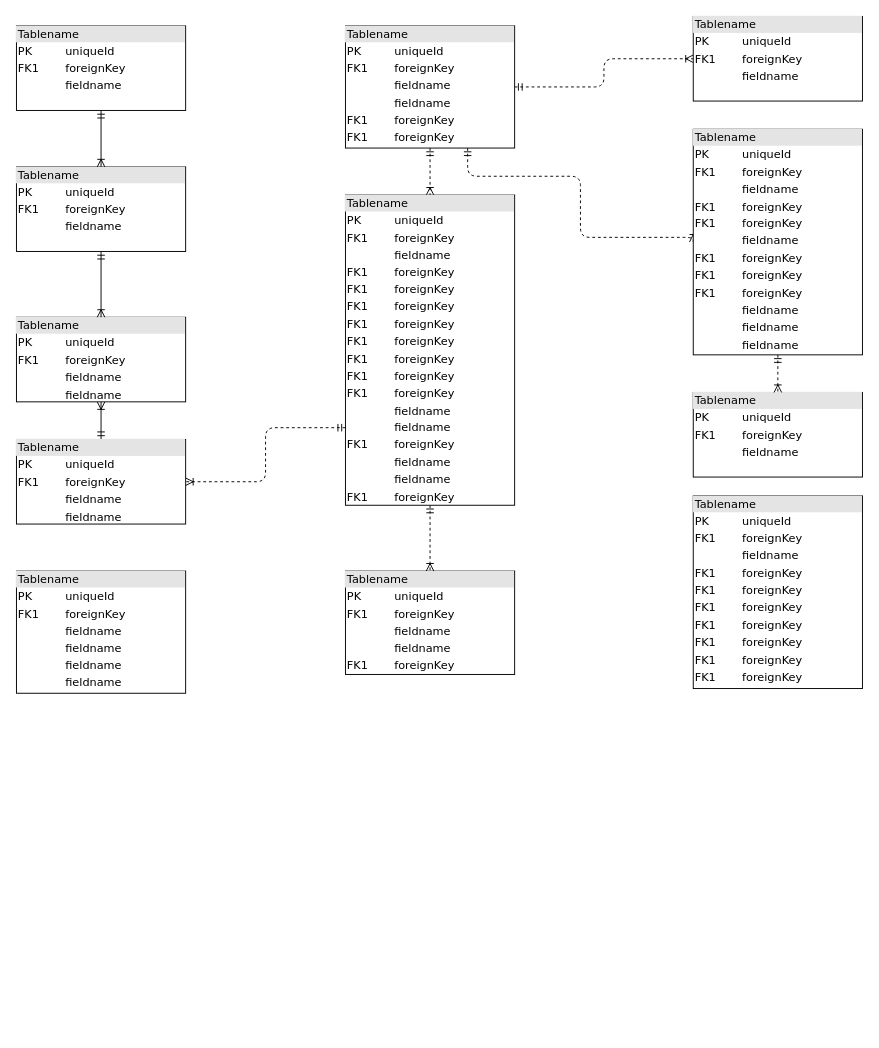
This is 未命名绘图.drawio from gufengy/ip_proxy, a draw.io file, before an edit. Source tidied: cells renumbered, new cells numbered last; positions are measured from the earlier drawing's top-left corner, leaving out a move shared by most shapes. Both pictures are drawn from the tidied source at 94%, with x=0, y=0 at pixel (16, 16).
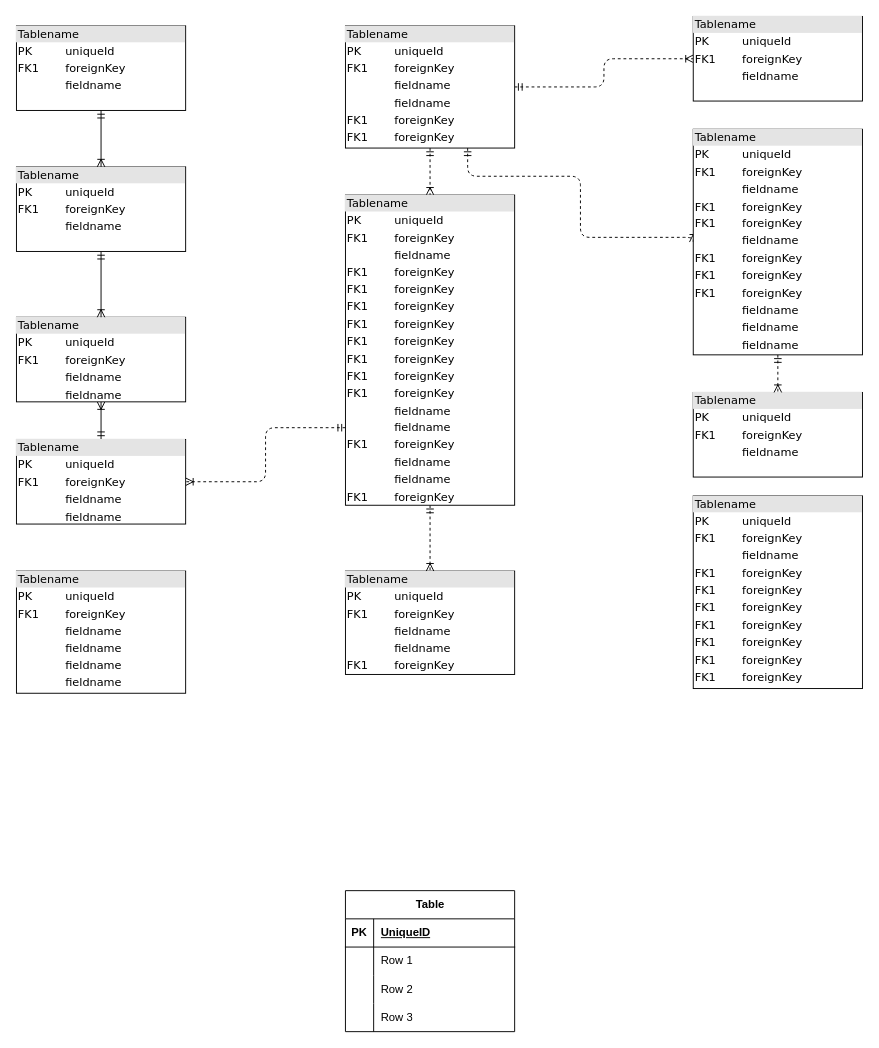
Above is the later version.

Commit message:
更新未命名绘图.drawio

The edit, as a diff of the source:
```diff
@@
+    <mxCell id="23" value="Table" style="shape=table;startSize=30;childLayout=tableLayout;rowLines=0;fontStyle=1;align=center;html=1;" parent="1" vertex="1">
+      <mxGeometry x="350" y="930" width="180" height="150" as="geometry" />
+    </mxCell>
+    <mxCell id="24" style="shape=tableRow;horizontal=0;startSize=0;swimlaneHead=0;swimlaneBody=0;fillColor=none;top=0;left=0;right=0;bottom=1;" parent="23" vertex="1">
+      <mxGeometry y="30" width="180" height="30" as="geometry" />
+    </mxCell>
+    <mxCell id="25" value="PK" style="shape=partialRectangle;fillColor=none;top=0;left=0;bottom=0;right=0;fontStyle=1;overflow=hidden;whiteSpace=wrap;html=1;" parent="24" vertex="1">
+      <mxGeometry width="30" height="30" as="geometry" />
+    </mxCell>
+    <mxCell id="26" value="UniqueID" style="shape=partialRectangle;fillColor=none;top=0;left=0;bottom=0;right=0;align=left;spacingLeft=6;fontStyle=5;overflow=hidden;whiteSpace=wrap;html=1;" parent="24" vertex="1">
+      <mxGeometry x="30" width="150" height="30" as="geometry" />
+    </mxCell>
+    <mxCell id="27" style="shape=tableRow;horizontal=0;startSize=0;swimlaneHead=0;swimlaneBody=0;fillColor=none;top=0;left=0;right=0;bottom=0;" parent="23" vertex="1">
+      <mxGeometry y="60" width="180" height="30" as="geometry" />
+    </mxCell>
+    <mxCell id="28" style="shape=partialRectangle;fillColor=none;top=0;left=0;bottom=0;right=0;overflow=hidden;whiteSpace=wrap;html=1;" parent="27" vertex="1">
+      <mxGeometry width="30" height="30" as="geometry" />
+    </mxCell>
+    <mxCell id="29" value="Row 1" style="shape=partialRectangle;fillColor=none;top=0;left=0;bottom=0;right=0;align=left;spacingLeft=6;overflow=hidden;whiteSpace=wrap;html=1;" parent="27" vertex="1">
+      <mxGeometry x="30" width="150" height="30" as="geometry" />
+    </mxCell>
+    <mxCell id="30" style="shape=tableRow;horizontal=0;startSize=0;swimlaneHead=0;swimlaneBody=0;fillColor=none;top=0;left=0;right=0;bottom=0;" parent="23" vertex="1">
+      <mxGeometry y="90" width="180" height="30" as="geometry" />
+    </mxCell>
+    <mxCell id="31" style="shape=partialRectangle;fillColor=none;top=0;left=0;bottom=0;right=0;overflow=hidden;whiteSpace=wrap;html=1;" parent="30" vertex="1">
+      <mxGeometry width="30" height="30" as="geometry" />
+    </mxCell>
+    <mxCell id="32" value="Row 2" style="shape=partialRectangle;fillColor=none;top=0;left=0;bottom=0;right=0;align=left;spacingLeft=6;overflow=hidden;whiteSpace=wrap;html=1;" parent="30" vertex="1">
+      <mxGeometry x="30" width="150" height="30" as="geometry" />
+    </mxCell>
+    <mxCell id="33" style="shape=tableRow;horizontal=0;startSize=0;swimlaneHead=0;swimlaneBody=0;fillColor=none;top=0;left=0;right=0;bottom=0;" parent="23" vertex="1">
+      <mxGeometry y="120" width="180" height="30" as="geometry" />
+    </mxCell>
+    <mxCell id="34" style="shape=partialRectangle;fillColor=none;top=0;left=0;bottom=0;right=0;overflow=hidden;whiteSpace=wrap;html=1;" parent="33" vertex="1">
+      <mxGeometry width="30" height="30" as="geometry" />
+    </mxCell>
+    <mxCell id="35" value="Row 3" style="shape=partialRectangle;fillColor=none;top=0;left=0;bottom=0;right=0;align=left;spacingLeft=6;overflow=hidden;whiteSpace=wrap;html=1;" parent="33" vertex="1">
+      <mxGeometry x="30" width="150" height="30" as="geometry" />
+    </mxCell>
```
